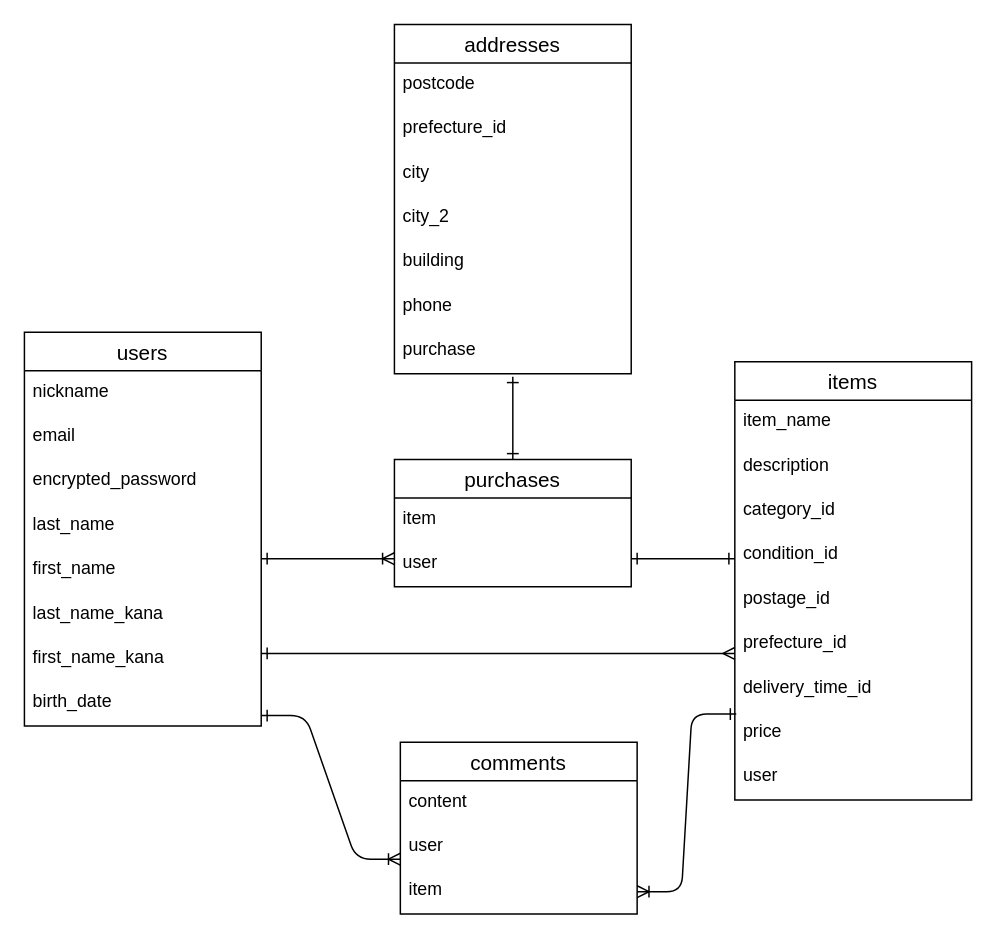
Before: furima.dio in KayTsujita/furima-39062, a draw.io diagram. Source tidied: cells renumbered, new cells numbered last; positions are measured from the earlier drawing's top-left corner, leaving out a move shared by most shapes. Both pictures are drawn from the tidied source at 148%, with x=0, y=0 at pixel (24, 24).
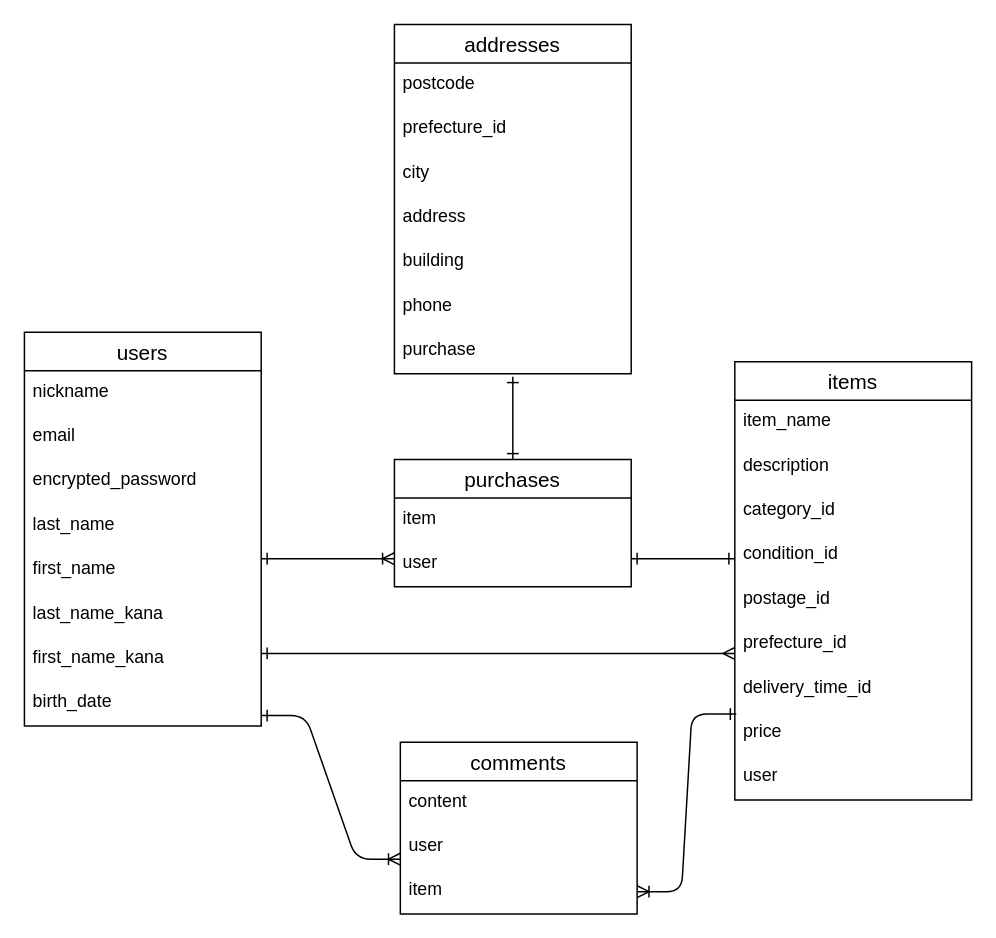
The same diagram, later.

Commit message (it also covers changes not shown here):
追加任意修正

Unchanged cells that the change refers to:
```xml
<mxCell id="33" value="addresses" style="swimlane;fontStyle=0;horizontal=1;startSize=26;align=center;fontSize=14;" parent="1" vertex="1">
  <mxGeometry x="250" width="160" height="236" as="geometry" />
</mxCell>
```

Diff of the diagram source:
```diff
@@
-    <mxCell id="37" value="city_2" style="text;strokeColor=none;fillColor=none;spacingLeft=4;spacingRight=4;overflow=hidden;fontSize=12;" parent="33" vertex="1">
+    <mxCell id="37" value="address" style="text;strokeColor=none;fillColor=none;spacingLeft=4;spacingRight=4;overflow=hidden;fontSize=12;" parent="33" vertex="1">
       <mxGeometry y="116" width="160" height="30" as="geometry" />
     </mxCell>
```
